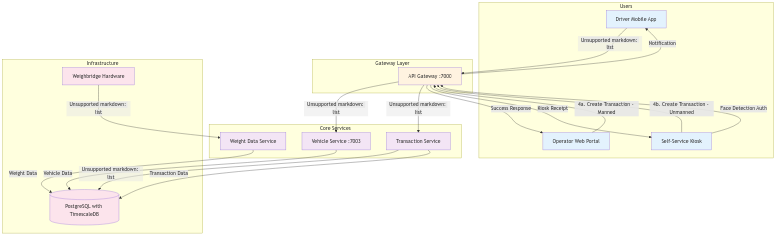
The Mermaid diagram docs/c4/assets/complete-weighing-transaction-flow.png in Qalitrack/qalitrackservices, before a commit. Its source is kept beside it as docs/c4/complete-weighing-transaction-flow.mmd.
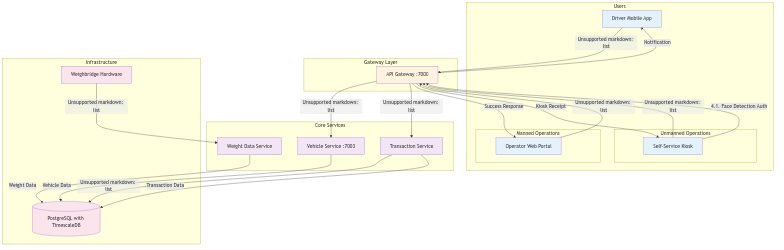
Later version of the same file.

Commit message:
docs(c4): fix transaction flow numbering and separate manned/unmanned operations

The edit, as a diff of the source:
```diff
@@ -1,8 +1,14 @@
 flowchart TD
     subgraph "Users"
         Driver[Driver Mobile App]
-        Operator[Operator Web Portal]
-        Kiosk[Self-Service Kiosk]
+
+        subgraph "Manned Operations"
+            Operator[Operator Web Portal]
+        end
+
+        subgraph "Unmanned Operations"
+            Kiosk[Self-Service Kiosk]
+        end
     end
 
     subgraph "Gateway Layer"
@@ -24,10 +30,10 @@
     Gateway -->|2. Validate Vehicle| VehicleSvc
     Hardware -->|3. Capture Weight| WeightSvc
 
-    Operator -->|4a. Create Transaction - Manned| Gateway
+    Operator -->|4. Create Transaction - Manned| Gateway
 
-    Kiosk -->|4b. Create Transaction - Unmanned| Gateway
-    Kiosk -->|Face Detection Auth| Gateway
+    Kiosk -->|4. Create Transaction - Unmanned| Gateway
+    Kiosk -->|4.1. Face Detection Auth| Gateway
 
     Gateway -->|5. Process Transaction| TransactionSvc
     TransactionSvc -->|6. Store & Notify| PostgreSQL
```
